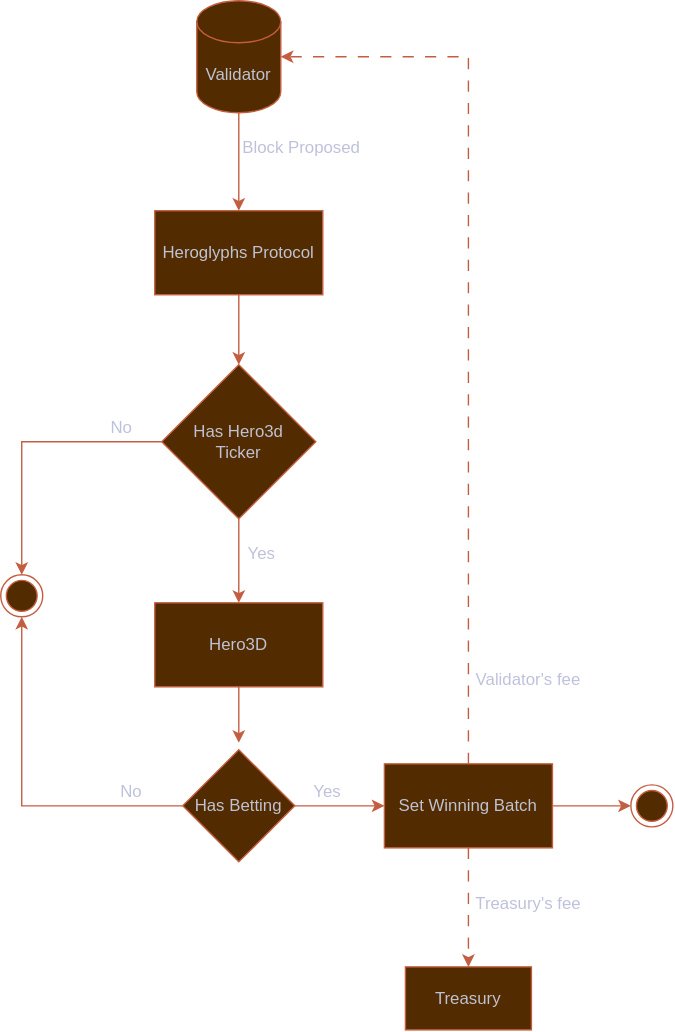
Before: docs/ProtocolFlow.svg, a diagram exported from draw.io (HeroglyphEVM/GuessOurBlock). Source tidied: cells renumbered, new cells last; positions are measured from the earlier drawing's top-left corner, leaving out a move shared by most shapes.
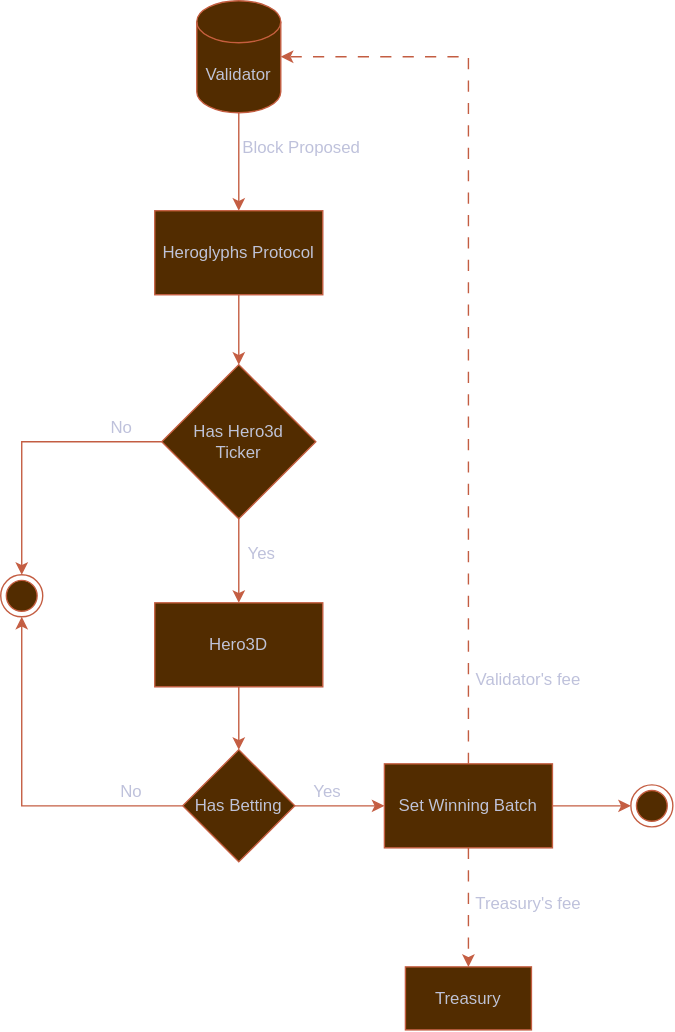
After the change.

Commit message:
updated flow chart

Diff of the diagram source:
```diff
@@ -14,10 +14,8 @@
     <mxCell id="5" value="Heroglyphs Protocol" style="rounded=0;whiteSpace=wrap;html=1;labelBackgroundColor=none;fillColor=#F2CC8F;strokeColor=#E07A5F;fontColor=#393C56;" parent="1" vertex="1">
       <mxGeometry x="110" y="150" width="120" height="60" as="geometry" />
     </mxCell>
-    <mxCell id="6" style="edgeStyle=orthogonalEdgeStyle;rounded=0;jettySize=auto;html=1;labelBackgroundColor=none;strokeColor=#E07A5F;fontColor=default;" parent="1" edge="1" source="7">
-      <mxGeometry relative="1" as="geometry">
-        <mxPoint x="170" y="530" as="targetPoint" />
-      </mxGeometry>
+    <mxCell id="6" style="edgeStyle=orthogonalEdgeStyle;rounded=0;jettySize=auto;html=1;labelBackgroundColor=none;strokeColor=#E07A5F;fontColor=default;entryX=0.5;entryY=0;entryDx=0;entryDy=0;" parent="1" edge="1" source="7" target="10">
+      <mxGeometry relative="1" as="geometry" />
     </mxCell>
     <mxCell id="7" value="Hero3D" style="rounded=0;whiteSpace=wrap;html=1;labelBackgroundColor=none;fillColor=#F2CC8F;strokeColor=#E07A5F;fontColor=#393C56;" parent="1" vertex="1">
       <mxGeometry x="110" y="430" width="120" height="60" as="geometry" />
```
